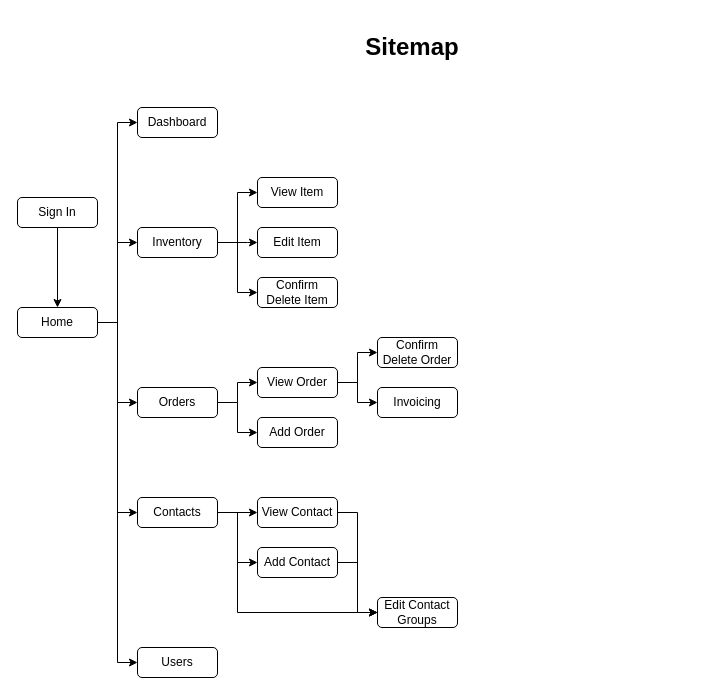
Above: page "Sitemap" (1 of 3) of docs/plans/plans.drawio in hangyin2017/hero-inventory-frontend (draw.io), before the change. Source tidied: cells renumbered, new cells numbered last; positions are measured from the earlier drawing's top-left corner, leaving out a move shared by most shapes. Both pictures are drawn from the tidied source at 100%, with x=0, y=0 at pixel (17, 37).
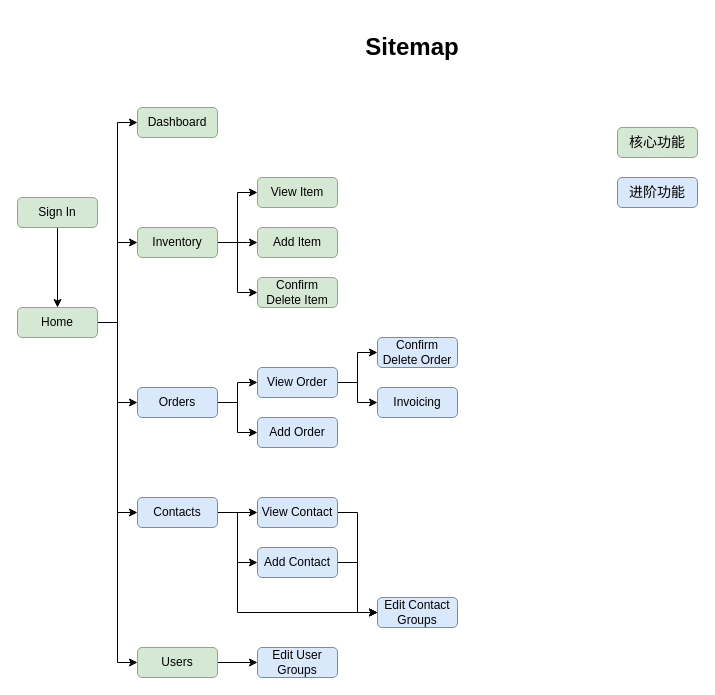
Above is the later version.

Change to the diagram source:
```diff
@@
-    <mxCell id="6" value="Inventory" style="rounded=1;whiteSpace=wrap;html=1;" parent="1" vertex="1">
+    <mxCell id="6" value="Inventory" style="rounded=1;whiteSpace=wrap;html=1;fillColor=#d5e8d4;strokeColor=#82b366;" parent="1" vertex="1">
       <mxGeometry x="120" y="190" width="80" height="30" as="geometry" />
     </mxCell>
-    <mxCell id="7" value="View Item" style="rounded=1;whiteSpace=wrap;html=1;" parent="1" vertex="1">
+    <mxCell id="7" value="View Item" style="rounded=1;whiteSpace=wrap;html=1;fillColor=#d5e8d4;strokeColor=#82b366;" parent="1" vertex="1">
       <mxGeometry x="240" y="140" width="80" height="30" as="geometry" />
     </mxCell>
-    <mxCell id="8" value="Confirm Delete Item" style="rounded=1;whiteSpace=wrap;html=1;" parent="1" vertex="1">
+    <mxCell id="8" value="Confirm Delete Item" style="rounded=1;whiteSpace=wrap;html=1;fillColor=#d5e8d4;strokeColor=#82b366;" parent="1" vertex="1">
       <mxGeometry x="240" y="240" width="80" height="30" as="geometry" />
     </mxCell>
@@
-    <mxCell id="12" value="Contacts" style="rounded=1;whiteSpace=wrap;html=1;" parent="1" vertex="1">
+    <mxCell id="12" value="Contacts" style="rounded=1;whiteSpace=wrap;html=1;fillColor=#dae8fc;strokeColor=#6c8ebf;" parent="1" vertex="1">
       <mxGeometry x="120" y="460" width="80" height="30" as="geometry" />
     </mxCell>
-    <mxCell id="13" value="Edit Item" style="rounded=1;whiteSpace=wrap;html=1;" parent="1" vertex="1">
+    <mxCell id="13" value="Add Item" style="rounded=1;whiteSpace=wrap;html=1;fillColor=#d5e8d4;strokeColor=#82b366;" parent="1" vertex="1">
       <mxGeometry x="240" y="190" width="80" height="30" as="geometry" />
     </mxCell>
@@
-    <mxCell id="19" value="Home" style="rounded=1;whiteSpace=wrap;html=1;" parent="1" vertex="1">
+    <mxCell id="19" value="Home" style="rounded=1;whiteSpace=wrap;html=1;fillColor=#d5e8d4;strokeColor=#82b366;" parent="1" vertex="1">
       <mxGeometry y="270" width="80" height="30" as="geometry" />
     </mxCell>
@@
-    <mxCell id="21" value="View Contact" style="rounded=1;whiteSpace=wrap;html=1;" parent="1" vertex="1">
+    <mxCell id="21" value="View Contact" style="rounded=1;whiteSpace=wrap;html=1;fillColor=#dae8fc;strokeColor=#6c8ebf;" parent="1" vertex="1">
       <mxGeometry x="240" y="460" width="80" height="30" as="geometry" />
     </mxCell>
+    <mxCell id="38" style="edgeStyle=orthogonalEdgeStyle;rounded=0;jettySize=auto;html=1;exitX=1;exitY=0.5;exitDx=0;exitDy=0;entryX=0;entryY=0.5;entryDx=0;entryDy=0;fontFamily=Lucida Console;fontSize=14;" parent="1" edge="1" source="22" target="39">
+      <mxGeometry relative="1" as="geometry" />
+    </mxCell>
-    <mxCell id="22" value="Users" style="rounded=1;whiteSpace=wrap;html=1;" parent="1" vertex="1">
+    <mxCell id="22" value="Users" style="rounded=1;whiteSpace=wrap;html=1;fillColor=#d5e8d4;strokeColor=#82b366;" parent="1" vertex="1">
       <mxGeometry x="120" y="610" width="80" height="30" as="geometry" />
     </mxCell>
@@
-    <mxCell id="24" value="Sign In" style="rounded=1;whiteSpace=wrap;html=1;" parent="1" vertex="1">
+    <mxCell id="24" value="Sign In" style="rounded=1;whiteSpace=wrap;html=1;fillColor=#d5e8d4;strokeColor=#82b366;" parent="1" vertex="1">
       <mxGeometry y="160" width="80" height="30" as="geometry" />
     </mxCell>
@@
-    <mxCell id="27" value="Orders" style="rounded=1;whiteSpace=wrap;html=1;" parent="1" vertex="1">
+    <mxCell id="27" value="Orders" style="rounded=1;whiteSpace=wrap;html=1;fillColor=#dae8fc;strokeColor=#6c8ebf;" parent="1" vertex="1">
       <mxGeometry x="120" y="350" width="80" height="30" as="geometry" />
     </mxCell>
-    <mxCell id="28" value="Confirm Delete Order" style="rounded=1;whiteSpace=wrap;html=1;" parent="1" vertex="1">
+    <mxCell id="28" value="Confirm Delete Order" style="rounded=1;whiteSpace=wrap;html=1;fillColor=#dae8fc;strokeColor=#6c8ebf;" parent="1" vertex="1">
       <mxGeometry x="360" y="300" width="80" height="30" as="geometry" />
     </mxCell>
-    <mxCell id="29" value="Add Order" style="rounded=1;whiteSpace=wrap;html=1;" parent="1" vertex="1">
+    <mxCell id="29" value="Add Order" style="rounded=1;whiteSpace=wrap;html=1;fillColor=#dae8fc;strokeColor=#6c8ebf;" parent="1" vertex="1">
       <mxGeometry x="240" y="380" width="80" height="30" as="geometry" />
     </mxCell>
@@
-    <mxCell id="32" value="View Order" style="rounded=1;whiteSpace=wrap;html=1;" parent="1" vertex="1">
+    <mxCell id="32" value="View Order" style="rounded=1;whiteSpace=wrap;html=1;fillColor=#dae8fc;strokeColor=#6c8ebf;" parent="1" vertex="1">
       <mxGeometry x="240" y="330" width="80" height="30" as="geometry" />
     </mxCell>
-    <mxCell id="33" value="Invoicing" style="rounded=1;whiteSpace=wrap;html=1;" parent="1" vertex="1">
+    <mxCell id="33" value="Invoicing" style="rounded=1;whiteSpace=wrap;html=1;fillColor=#dae8fc;strokeColor=#6c8ebf;" parent="1" vertex="1">
       <mxGeometry x="360" y="350" width="80" height="30" as="geometry" />
     </mxCell>
-    <mxCell id="34" value="Dashboard" style="rounded=1;whiteSpace=wrap;html=1;fillColor=none;" parent="1" vertex="1">
+    <mxCell id="34" value="Dashboard" style="rounded=1;whiteSpace=wrap;html=1;fillColor=#d5e8d4;strokeColor=#82b366;" parent="1" vertex="1">
       <mxGeometry x="120" y="70" width="80" height="30" as="geometry" />
     </mxCell>
@@
-    <mxCell id="36" value="Add&amp;nbsp;Contact" style="rounded=1;whiteSpace=wrap;html=1;" parent="1" vertex="1">
+    <mxCell id="36" value="Add&amp;nbsp;Contact" style="rounded=1;whiteSpace=wrap;html=1;fillColor=#dae8fc;strokeColor=#6c8ebf;" parent="1" vertex="1">
       <mxGeometry x="240" y="510" width="80" height="30" as="geometry" />
     </mxCell>
-    <mxCell id="37" value="Edit Contact Groups" style="rounded=1;whiteSpace=wrap;html=1;" parent="1" vertex="1">
+    <mxCell id="37" value="Edit Contact Groups" style="rounded=1;whiteSpace=wrap;html=1;fillColor=#dae8fc;strokeColor=#6c8ebf;" parent="1" vertex="1">
       <mxGeometry x="360" y="560" width="80" height="30" as="geometry" />
     </mxCell>
+    <mxCell id="39" value="Edit User Groups" style="rounded=1;whiteSpace=wrap;html=1;fillColor=#dae8fc;strokeColor=#6c8ebf;" parent="1" vertex="1">
+      <mxGeometry x="240" y="610" width="80" height="30" as="geometry" />
+    </mxCell>
+    <mxCell id="40" value="核心功能" style="rounded=1;whiteSpace=wrap;html=1;strokeColor=#82b366;fillColor=#d5e8d4;fontFamily=Lucida Console;fontSize=14;" parent="1" vertex="1">
+      <mxGeometry x="600" y="90" width="80" height="30" as="geometry" />
+    </mxCell>
+    <mxCell id="41" value="进阶功能" style="rounded=1;whiteSpace=wrap;html=1;strokeColor=#6c8ebf;fillColor=#dae8fc;fontFamily=Lucida Console;fontSize=14;" parent="1" vertex="1">
+      <mxGeometry x="600" y="140" width="80" height="30" as="geometry" />
+    </mxCell>
```
